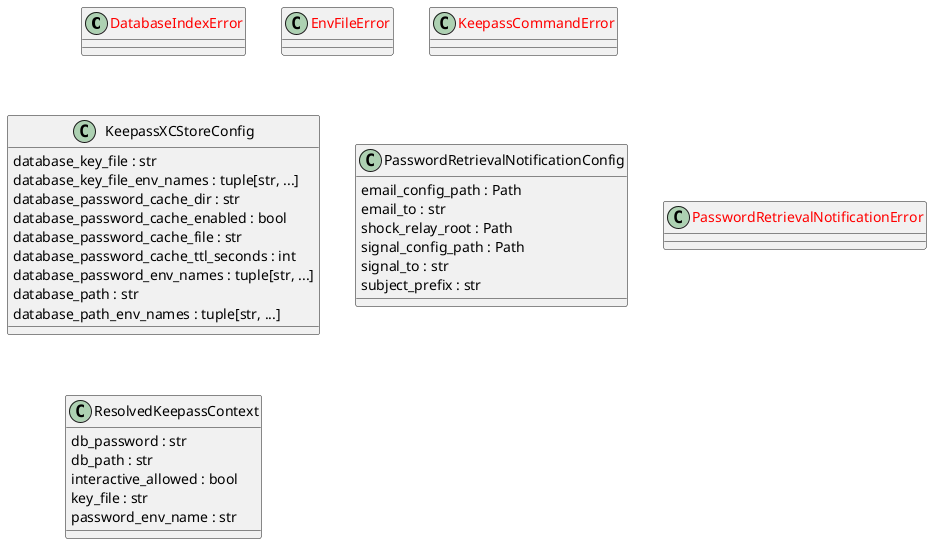
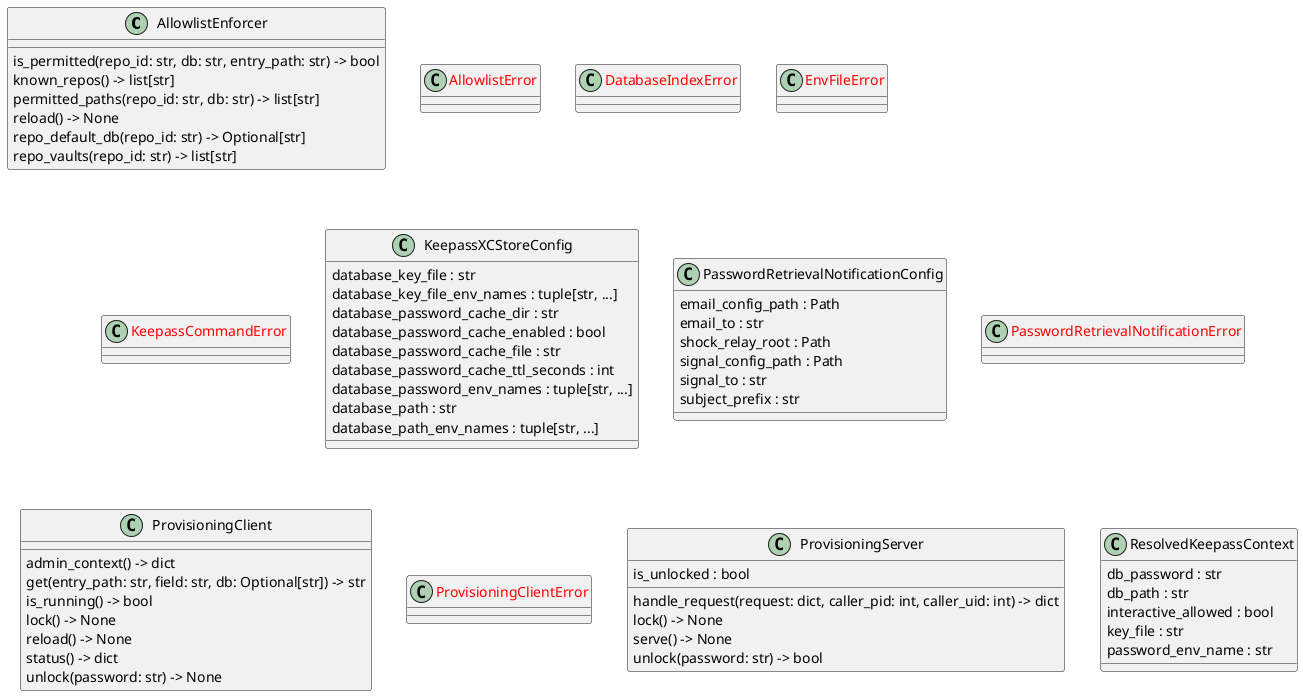
@startuml classes_auto-pass
set namespaceSeparator none
+ class "AllowlistEnforcer" as src.auto_pass.allowlist.AllowlistEnforcer {
+   is_permitted(repo_id: str, db: str, entry_path: str) -> bool
+   known_repos() -> list[str]
+   permitted_paths(repo_id: str, db: str) -> list[str]
+   reload() -> None
+   repo_default_db(repo_id: str) -> Optional[str]
+   repo_vaults(repo_id: str) -> list[str]
+ }
+ class "<color:red>AllowlistError</color>" as src.auto_pass.allowlist.AllowlistError {
+ }
class "<color:red>DatabaseIndexError</color>" as src.auto_pass.dbindex.DatabaseIndexError {
}
class "<color:red>EnvFileError</color>" as src.auto_pass.envfile.EnvFileError {
}
class "<color:red>KeepassCommandError</color>" as src.auto_pass.keepassxc.KeepassCommandError {
}
class "KeepassXCStoreConfig" as src.auto_pass.keepassxc.KeepassXCStoreConfig {
  database_key_file : str
  database_key_file_env_names : tuple[str, ...]
  database_password_cache_dir : str
  database_password_cache_enabled : bool
  database_password_cache_file : str
  database_password_cache_ttl_seconds : int
  database_password_env_names : tuple[str, ...]
  database_path : str
  database_path_env_names : tuple[str, ...]
}
class "PasswordRetrievalNotificationConfig" as src.auto_pass.notifications.PasswordRetrievalNotificationConfig {
  email_config_path : Path
  email_to : str
  shock_relay_root : Path
  signal_config_path : Path
  signal_to : str
  subject_prefix : str
}
class "<color:red>PasswordRetrievalNotificationError</color>" as src.auto_pass.notifications.PasswordRetrievalNotificationError {
}
+ class "ProvisioningClient" as src.auto_pass.client.ProvisioningClient {
+   admin_context() -> dict
+   get(entry_path: str, field: str, db: Optional[str]) -> str
+   is_running() -> bool
+   lock() -> None
+   reload() -> None
+   status() -> dict
+   unlock(password: str) -> None
+ }
+ class "<color:red>ProvisioningClientError</color>" as src.auto_pass.client.ProvisioningClientError {
+ }
+ class "ProvisioningServer" as src.auto_pass.server.ProvisioningServer {
+   is_unlocked : bool
+   handle_request(request: dict, caller_pid: int, caller_uid: int) -> dict
+   lock() -> None
+   serve() -> None
+   unlock(password: str) -> bool
+ }
class "ResolvedKeepassContext" as src.auto_pass.keepassxc.ResolvedKeepassContext {
  db_password : str
  db_path : str
  interactive_allowed : bool
  key_file : str
  password_env_name : str
}
@enduml
